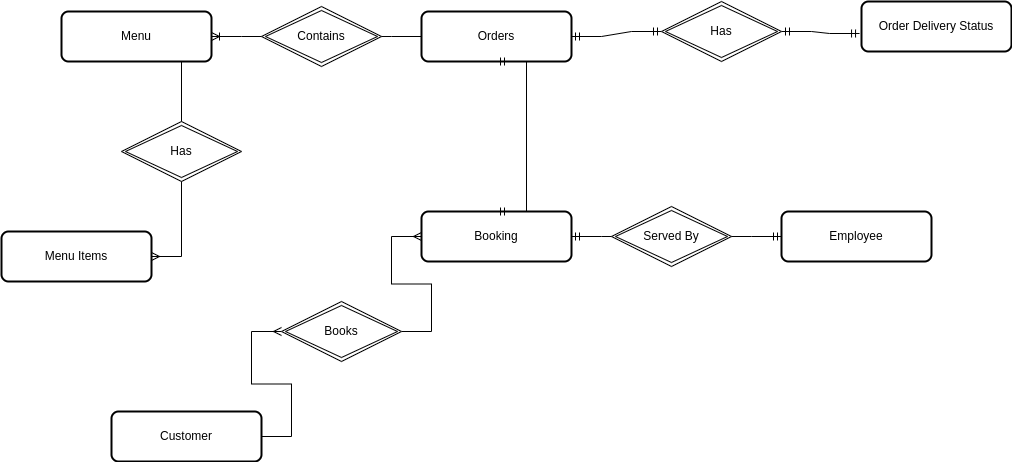
Before: week-1/conceptual-data-model.png, a diagram exported from draw.io (abhidoval/database-engineer-capstone). Source tidied: cells renumbered, new cells last; positions are measured from the earlier drawing's top-left corner, leaving out a move shared by most shapes. Source of this version:
```xml
<mxGraphModel background="#FFFFFF">
  <root>
    <mxCell id="0" />
    <mxCell id="1" parent="0" />
    <mxCell id="2" value="Menu" style="rounded=1;whiteSpace=wrap;html=1;absoluteArcSize=1;arcSize=14;strokeWidth=2;" parent="1" vertex="1">
      <mxGeometry x="60" y="10" width="150" height="50" as="geometry" />
    </mxCell>
    <mxCell id="3" value="Employee" style="rounded=1;whiteSpace=wrap;html=1;absoluteArcSize=1;arcSize=14;strokeWidth=2;" parent="1" vertex="1">
      <mxGeometry x="780" y="210" width="150" height="50" as="geometry" />
    </mxCell>
    <mxCell id="4" value="Menu Items" style="rounded=1;whiteSpace=wrap;html=1;absoluteArcSize=1;arcSize=14;strokeWidth=2;" parent="1" vertex="1">
      <mxGeometry y="230" width="150" height="50" as="geometry" />
    </mxCell>
    <mxCell id="5" value="Order Delivery Status" style="rounded=1;whiteSpace=wrap;html=1;absoluteArcSize=1;arcSize=14;strokeWidth=2;" parent="1" vertex="1">
      <mxGeometry x="860" width="150" height="50" as="geometry" />
    </mxCell>
    <mxCell id="6" value="Booking" style="rounded=1;whiteSpace=wrap;html=1;absoluteArcSize=1;arcSize=14;strokeWidth=2;" parent="1" vertex="1">
      <mxGeometry x="420" y="210" width="150" height="50" as="geometry" />
    </mxCell>
    <mxCell id="7" value="Customer" style="rounded=1;whiteSpace=wrap;html=1;absoluteArcSize=1;arcSize=14;strokeWidth=2;" parent="1" vertex="1">
      <mxGeometry x="110" y="410" width="150" height="50" as="geometry" />
    </mxCell>
    <mxCell id="8" value="Orders" style="rounded=1;whiteSpace=wrap;html=1;absoluteArcSize=1;arcSize=14;strokeWidth=2;" parent="1" vertex="1">
      <mxGeometry x="420" y="10" width="150" height="50" as="geometry" />
    </mxCell>
    <mxCell id="9" style="edgeStyle=entityRelationEdgeStyle;fontSize=12;html=1;endArrow=ERmany;rounded=0;exitX=1;exitY=0.5;exitDx=0;exitDy=0;entryX=0;entryY=0.5;entryDx=0;entryDy=0;" parent="1" edge="1" source="17" target="6">
      <mxGeometry relative="1" as="geometry" />
    </mxCell>
    <mxCell id="10" style="edgeStyle=orthogonalEdgeStyle;rounded=0;orthogonalLoop=1;jettySize=auto;html=1;exitX=0.5;exitY=1;exitDx=0;exitDy=0;" parent="1" edge="1" source="4" target="4">
      <mxGeometry relative="1" as="geometry" />
    </mxCell>
    <mxCell id="11" style="edgeStyle=entityRelationEdgeStyle;fontSize=12;html=1;endArrow=ERmandOne;startArrow=ERmandOne;rounded=0;entryX=0.5;entryY=1;entryDx=0;entryDy=0;exitX=0.5;exitY=0;exitDx=0;exitDy=0;" parent="1" edge="1" source="6" target="8">
      <mxGeometry relative="1" as="geometry" />
    </mxCell>
    <mxCell id="12" style="edgeStyle=entityRelationEdgeStyle;fontSize=12;html=1;endArrow=ERmandOne;startArrow=ERmandOne;rounded=0;exitX=1;exitY=0.5;exitDx=0;exitDy=0;entryX=-0.013;entryY=0.64;entryDx=0;entryDy=0;entryPerimeter=0;" parent="1" edge="1" source="20" target="5">
      <mxGeometry relative="1" as="geometry" />
    </mxCell>
    <mxCell id="13" style="edgeStyle=entityRelationEdgeStyle;fontSize=12;html=1;endArrow=ERmandOne;startArrow=ERmandOne;rounded=0;entryX=0;entryY=0.5;entryDx=0;entryDy=0;exitX=1;exitY=0.5;exitDx=0;exitDy=0;" parent="1" edge="1" source="6" target="3">
      <mxGeometry relative="1" as="geometry" />
    </mxCell>
    <mxCell id="14" style="edgeStyle=entityRelationEdgeStyle;fontSize=12;html=1;endArrow=ERmany;rounded=0;exitX=0.25;exitY=1;exitDx=0;exitDy=0;" parent="1" edge="1" source="2" target="4">
      <mxGeometry relative="1" as="geometry" />
    </mxCell>
    <mxCell id="15" style="edgeStyle=entityRelationEdgeStyle;fontSize=12;html=1;endArrow=ERoneToMany;rounded=0;entryX=1;entryY=0.5;entryDx=0;entryDy=0;exitX=0;exitY=0.5;exitDx=0;exitDy=0;" parent="1" edge="1" source="8" target="2">
      <mxGeometry relative="1" as="geometry" />
    </mxCell>
    <mxCell id="16" style="edgeStyle=entityRelationEdgeStyle;fontSize=12;html=1;endArrow=ERmany;rounded=0;exitX=1;exitY=0.5;exitDx=0;exitDy=0;entryX=0;entryY=0.5;entryDx=0;entryDy=0;" parent="1" edge="1" source="7" target="17">
      <mxGeometry relative="1" as="geometry" />
    </mxCell>
    <mxCell id="17" value="Books" style="shape=rhombus;double=1;perimeter=rhombusPerimeter;whiteSpace=wrap;html=1;align=center;" parent="1" vertex="1">
      <mxGeometry x="280" y="300" width="120" height="60" as="geometry" />
    </mxCell>
    <mxCell id="18" value="Served By" style="shape=rhombus;double=1;perimeter=rhombusPerimeter;whiteSpace=wrap;html=1;align=center;" parent="1" vertex="1">
      <mxGeometry x="610" y="205" width="120" height="60" as="geometry" />
    </mxCell>
    <mxCell id="19" style="edgeStyle=entityRelationEdgeStyle;fontSize=12;html=1;endArrow=ERmandOne;startArrow=ERmandOne;rounded=0;exitX=1;exitY=0.5;exitDx=0;exitDy=0;entryX=0;entryY=0.5;entryDx=0;entryDy=0;" parent="1" edge="1" source="8" target="20">
      <mxGeometry relative="1" as="geometry" />
    </mxCell>
    <mxCell id="20" value="Has" style="shape=rhombus;double=1;perimeter=rhombusPerimeter;whiteSpace=wrap;html=1;align=center;" parent="1" vertex="1">
      <mxGeometry x="660" width="120" height="60" as="geometry" />
    </mxCell>
    <mxCell id="21" value="Contains" style="shape=rhombus;double=1;perimeter=rhombusPerimeter;whiteSpace=wrap;html=1;align=center;" parent="1" vertex="1">
      <mxGeometry x="260" y="5" width="120" height="60" as="geometry" />
    </mxCell>
    <mxCell id="22" value="Has" style="shape=rhombus;double=1;perimeter=rhombusPerimeter;whiteSpace=wrap;html=1;align=center;" parent="1" vertex="1">
      <mxGeometry x="120" y="120" width="120" height="60" as="geometry" />
    </mxCell>
  </root>
</mxGraphModel>
```
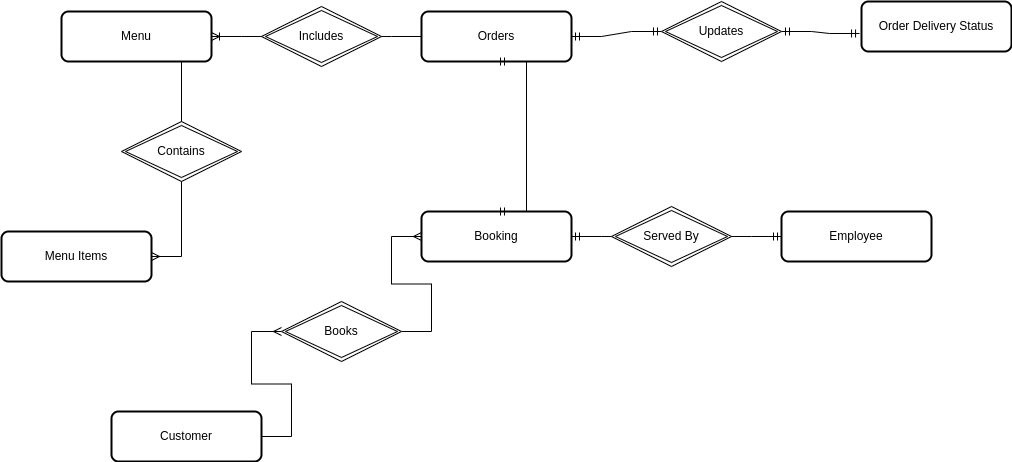
The same file after the commit.

Commit message:
modify conceptual data model diagram

Diff of the diagram source:
```diff
@@ -56,13 +56,13 @@
     <mxCell id="19" style="edgeStyle=entityRelationEdgeStyle;fontSize=12;html=1;endArrow=ERmandOne;startArrow=ERmandOne;rounded=0;exitX=1;exitY=0.5;exitDx=0;exitDy=0;entryX=0;entryY=0.5;entryDx=0;entryDy=0;" parent="1" edge="1" source="8" target="20">
       <mxGeometry relative="1" as="geometry" />
     </mxCell>
-    <mxCell id="20" value="Has" style="shape=rhombus;double=1;perimeter=rhombusPerimeter;whiteSpace=wrap;html=1;align=center;" parent="1" vertex="1">
+    <mxCell id="20" value="Updates" style="shape=rhombus;double=1;perimeter=rhombusPerimeter;whiteSpace=wrap;html=1;align=center;" parent="1" vertex="1">
       <mxGeometry x="660" width="120" height="60" as="geometry" />
     </mxCell>
-    <mxCell id="21" value="Contains" style="shape=rhombus;double=1;perimeter=rhombusPerimeter;whiteSpace=wrap;html=1;align=center;" parent="1" vertex="1">
+    <mxCell id="21" value="Includes" style="shape=rhombus;double=1;perimeter=rhombusPerimeter;whiteSpace=wrap;html=1;align=center;" parent="1" vertex="1">
       <mxGeometry x="260" y="5" width="120" height="60" as="geometry" />
     </mxCell>
-    <mxCell id="22" value="Has" style="shape=rhombus;double=1;perimeter=rhombusPerimeter;whiteSpace=wrap;html=1;align=center;" parent="1" vertex="1">
+    <mxCell id="22" value="Contains" style="shape=rhombus;double=1;perimeter=rhombusPerimeter;whiteSpace=wrap;html=1;align=center;" parent="1" vertex="1">
       <mxGeometry x="120" y="120" width="120" height="60" as="geometry" />
     </mxCell>
   </root>
```
